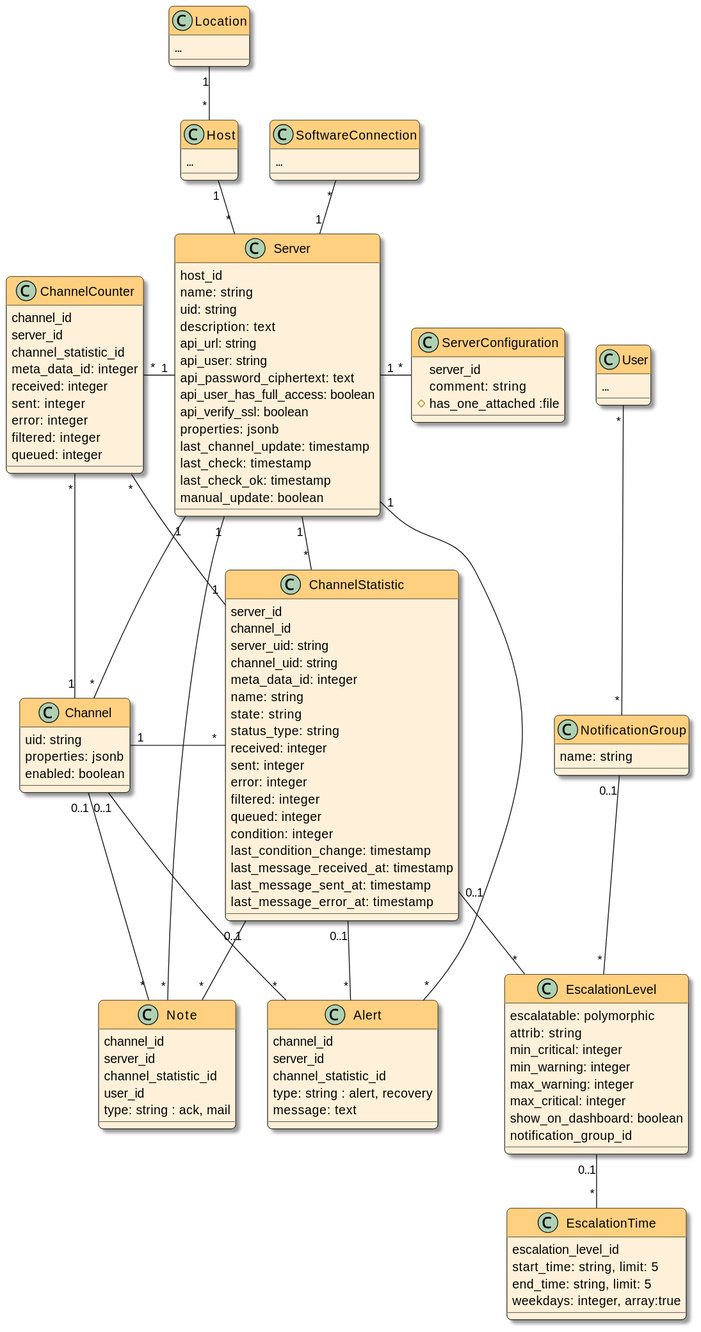
Earlier version of the PlantUML export docs/devnotes/_images/models.svg (swobspace/mirco).
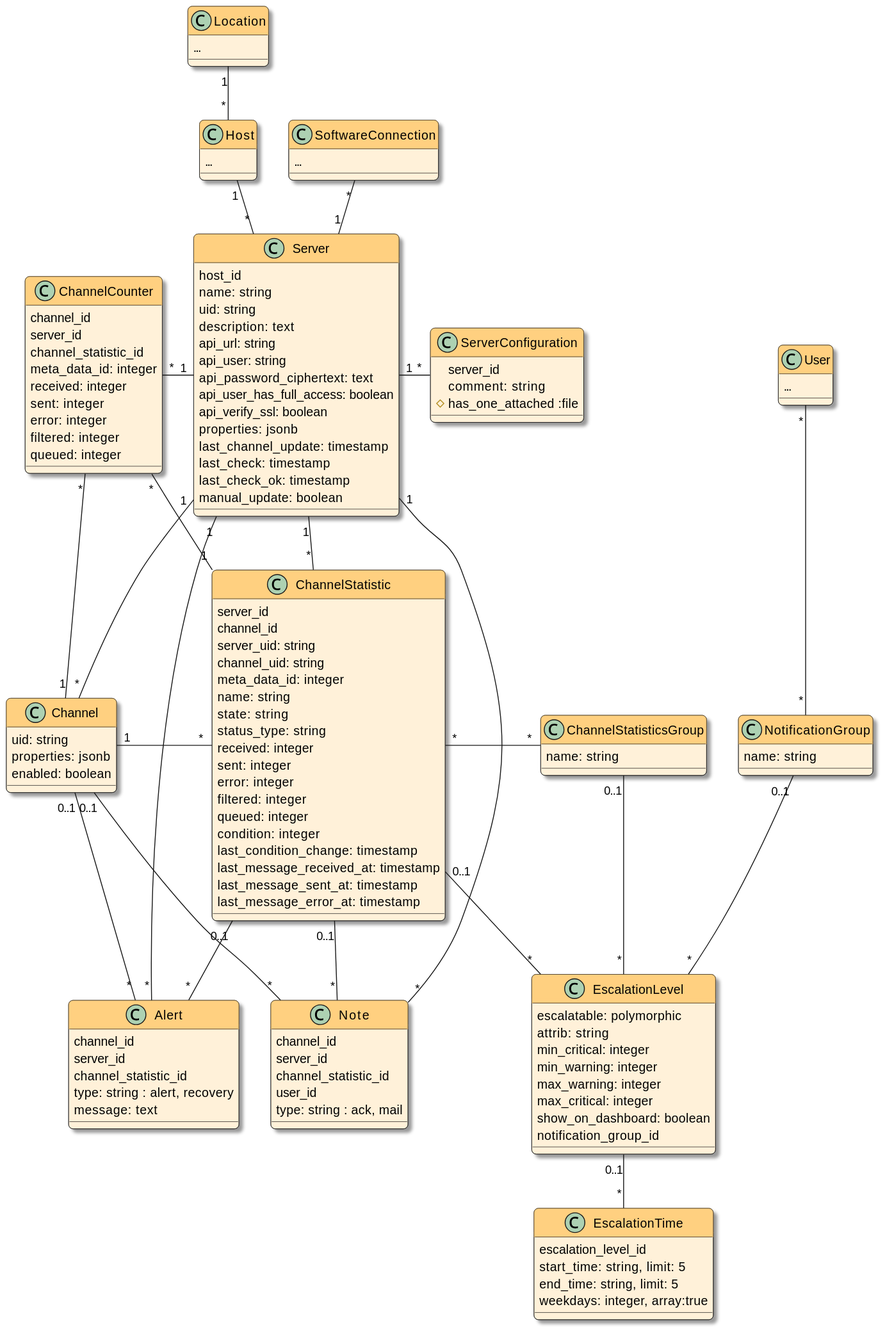
After the change.

Diff of the diagram source:
```diff
@@ -59,6 +59,10 @@
   last_message_received_at: timestamp
   last_message_sent_at: timestamp
   last_message_error_at: timestamp
+}
+
+class ChannelStatisticsGroup {
+  name: string
 }
 
 class ChannelCounter {
@@ -133,7 +137,9 @@
 Server "1" -- "*" Note
 Channel "0..1" -- "*" Note
 ChannelStatistic "0..1" -- "*" Note
+ChannelStatistic "*" - "*" ChannelStatisticsGroup
 ChannelStatistic "0..1" -- "*" EscalationLevel
+ChannelStatisticsGroup "0..1" -- "*" EscalationLevel
 NotificationGroup "0..1" -- "*" EscalationLevel
 EscalationLevel "0..1" -- "*" EscalationTime
 User "*" -- "*" NotificationGroup
```
